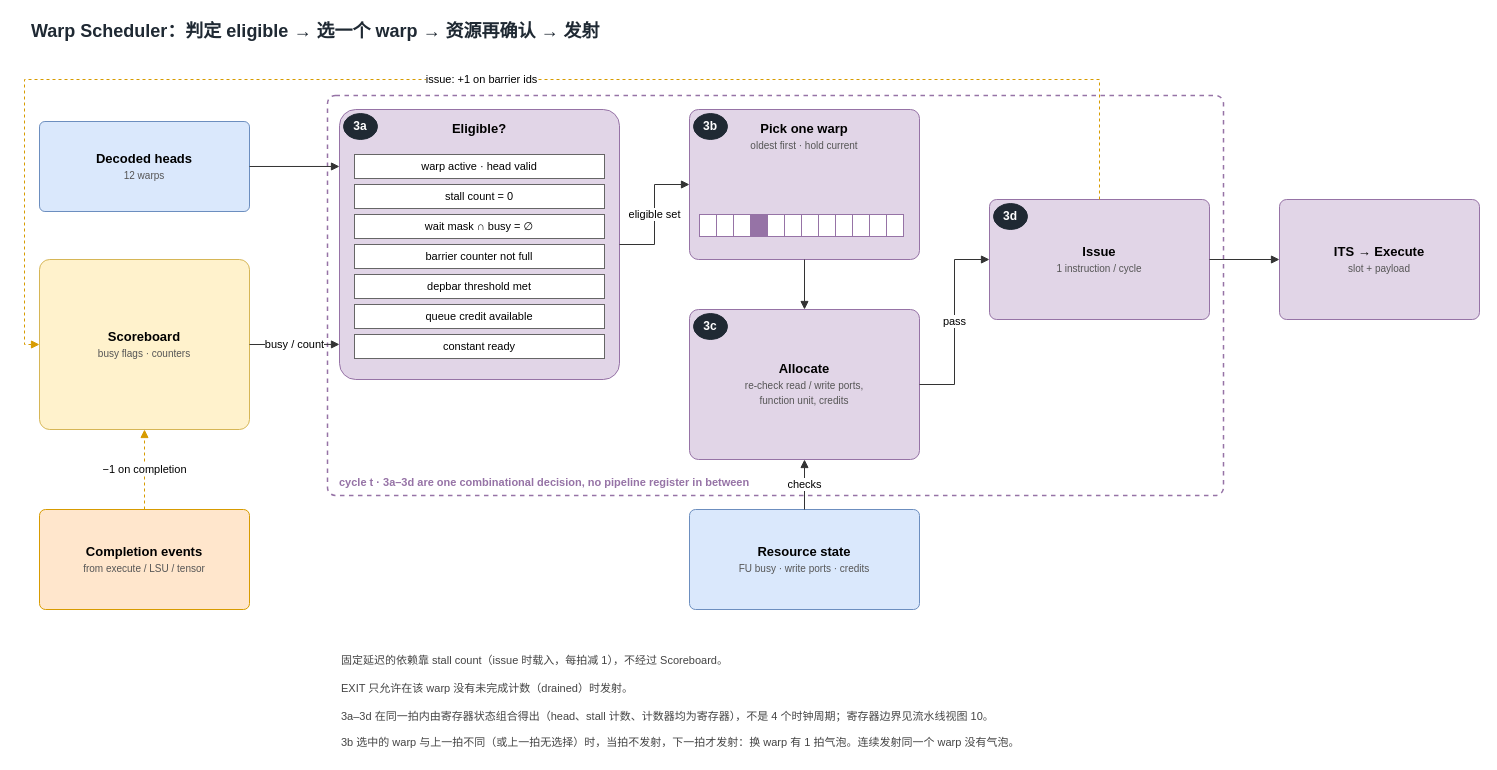
Before: projects/currygpu_subcore_ppt169_20261004/sources/02-warp-scheduler.drawio in WHUDYF/PPT-generate, a draw.io diagram. Source tidied: cells renumbered, new cells numbered last; positions are measured from the earlier drawing's top-left corner, leaving out a move shared by most shapes. Both pictures are drawn from the tidied source at 100%, with x=0, y=0 at pixel (24, 17).
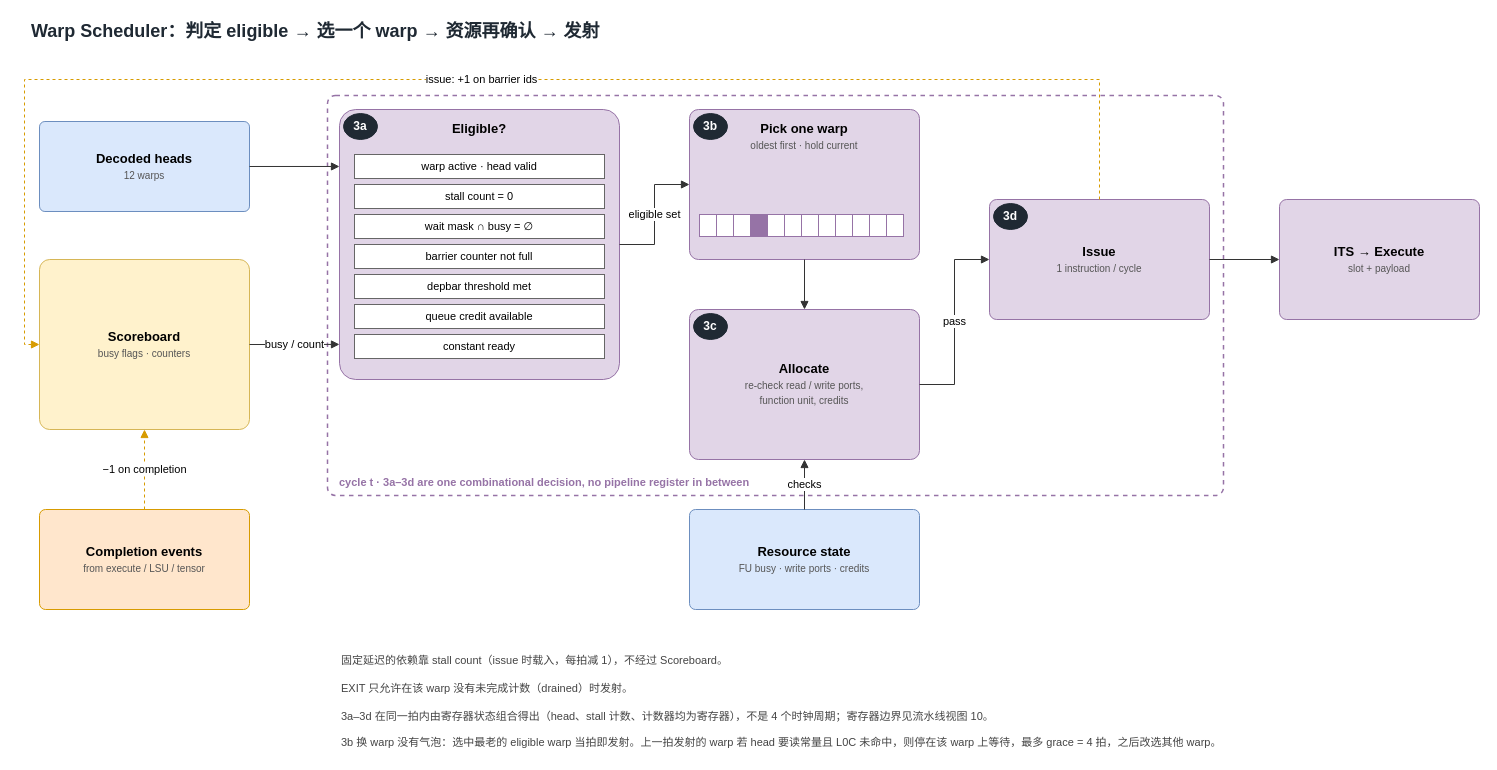
After the change.

The edit, as a diff of the source:
```diff
@@
-    <mxCell id="48" value="3b 选中的 warp 与上一拍不同（或上一拍无选择）时，当拍不发射，下一拍才发射：换 warp 有 1 拍气泡。连续发射同一个 warp 没有气泡。" style="text;html=1;align=left;verticalAlign=middle;whiteSpace=wrap;fontSize=11;fontColor=#444444;" parent="1" vertex="1">
+    <mxCell id="48" value="3b 换 warp 没有气泡：选中最老的 eligible warp 当拍即发射。上一拍发射的 warp 若 head 要读常量且 L0C 未命中，则停在该 warp 上等待，最多 grace = 4 拍，之后改选其他 warp。" style="text;html=1;align=left;verticalAlign=middle;whiteSpace=wrap;fontSize=11;fontColor=#444444;" parent="1" vertex="1">
       <mxGeometry x="315" y="714" width="1100" height="22" as="geometry" />
     </mxCell>
```
